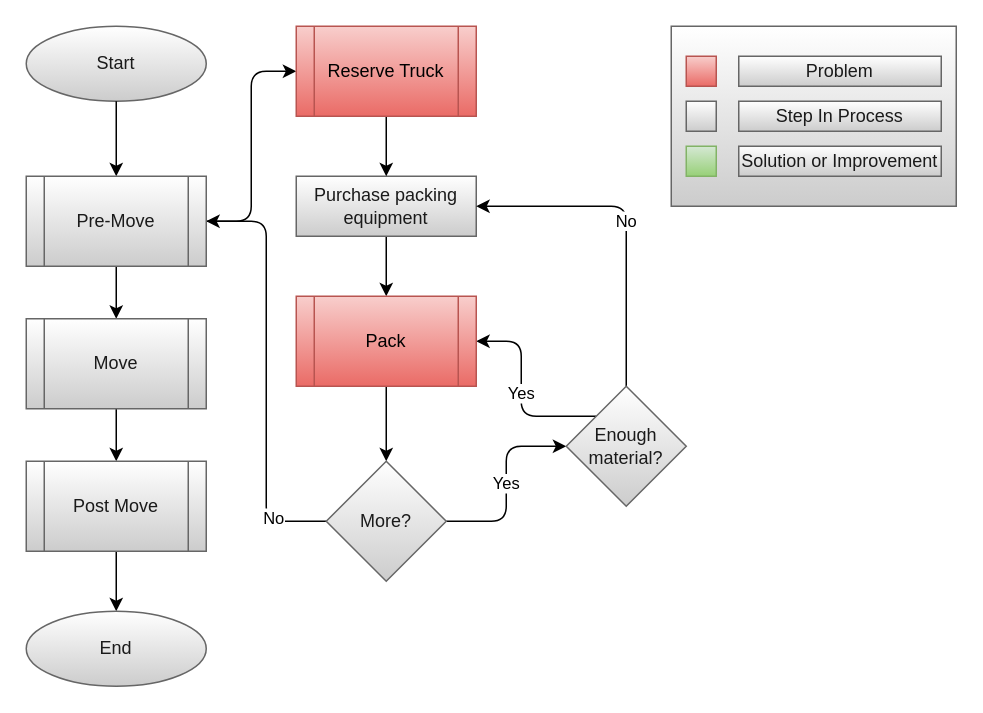
Before: page "Pre-Move" (2 of 4) of Documents/flow_diagrams/Problem_Flow.drawio in LP-76/load.in, a draw.io diagram. Source tidied: cells renumbered, new cells numbered last; positions are measured from the earlier drawing's top-left corner, leaving out a move shared by most shapes. Both pictures are drawn from the tidied source at 150%, with x=0, y=0 at pixel (26, 26).
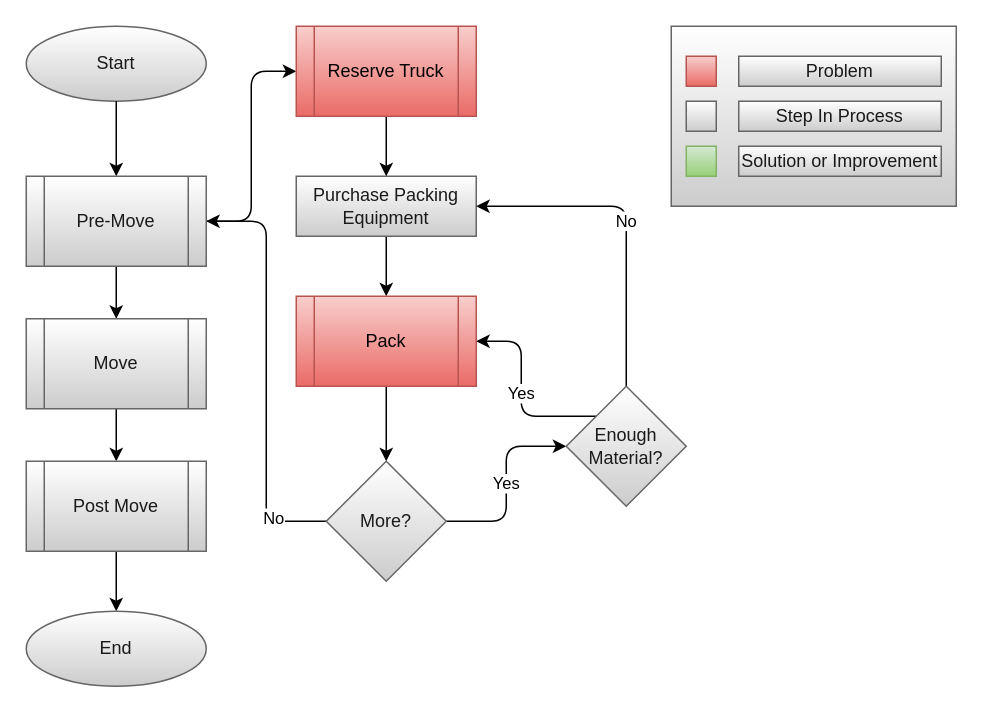
After the change.

Diff of the diagram source:
```diff
@@
-    <mxCell id="3" value="Purchase packing equipment" style="whiteSpace=wrap;html=1;fontSize=12;strokeColor=#666666;fillColor=#FFFFFF;gradientColor=#CCCCCC;fontColor=#1A1A1A;" parent="1" vertex="1">
+    <mxCell id="3" value="Purchase Packing Equipment" style="whiteSpace=wrap;html=1;fontSize=12;strokeColor=#666666;fillColor=#FFFFFF;gradientColor=#CCCCCC;fontColor=#1A1A1A;" parent="1" vertex="1">
       <mxGeometry x="180" y="100" width="120" height="40" as="geometry" />
     </mxCell>
@@
-    <mxCell id="11" value="Enough material?" style="rhombus;whiteSpace=wrap;html=1;strokeColor=#666666;fillColor=#FFFFFF;gradientColor=#CCCCCC;fontColor=#1A1A1A;" parent="1" vertex="1">
+    <mxCell id="11" value="Enough Material?" style="rhombus;whiteSpace=wrap;html=1;strokeColor=#666666;fillColor=#FFFFFF;gradientColor=#CCCCCC;fontColor=#1A1A1A;" parent="1" vertex="1">
       <mxGeometry x="360" y="240" width="80" height="80" as="geometry" />
     </mxCell>
```
